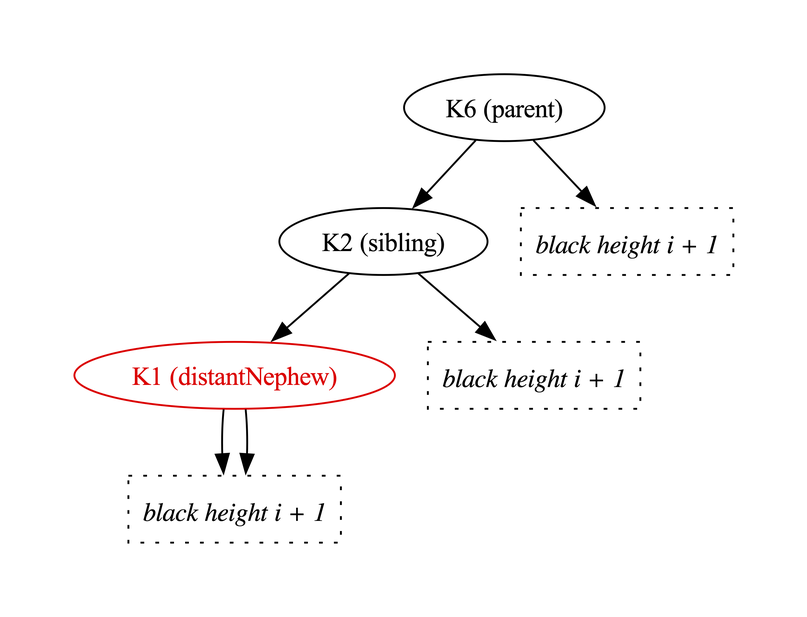
Earlier version of the Graphviz export Fw/DataStructures/docs/diagrams/removeBlackLeafNode/red-distant-nephew-1.png (nasa/fprime). Its source is kept beside it as Fw/DataStructures/docs/diagrams/removeBlackLeafNode/red-distant-nephew-1.dot.
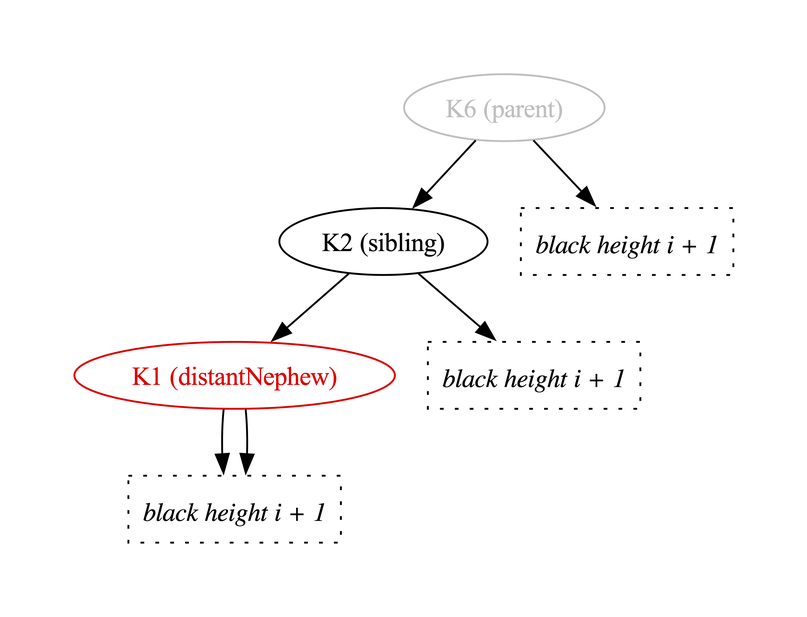
The same diagram one commit later.

What changed in the source:
```diff
@@ -10,7 +10,7 @@
 
   K1 [label="K1 (distantNephew)",color="red",fontcolor="red"]
   K2 [label="K2 (sibling)"]
-  K6 [label="K6 (parent)"]
+  K6 [label="K6 (parent)",color="gray",fontcolor="gray"]
 
   BH1 [shape="box",label="black height i + 1",style="dotted",fontname="Italic"]
   BH2 [shape="box",label="black height i + 1",style="dotted",fontname="Italic"]
```
